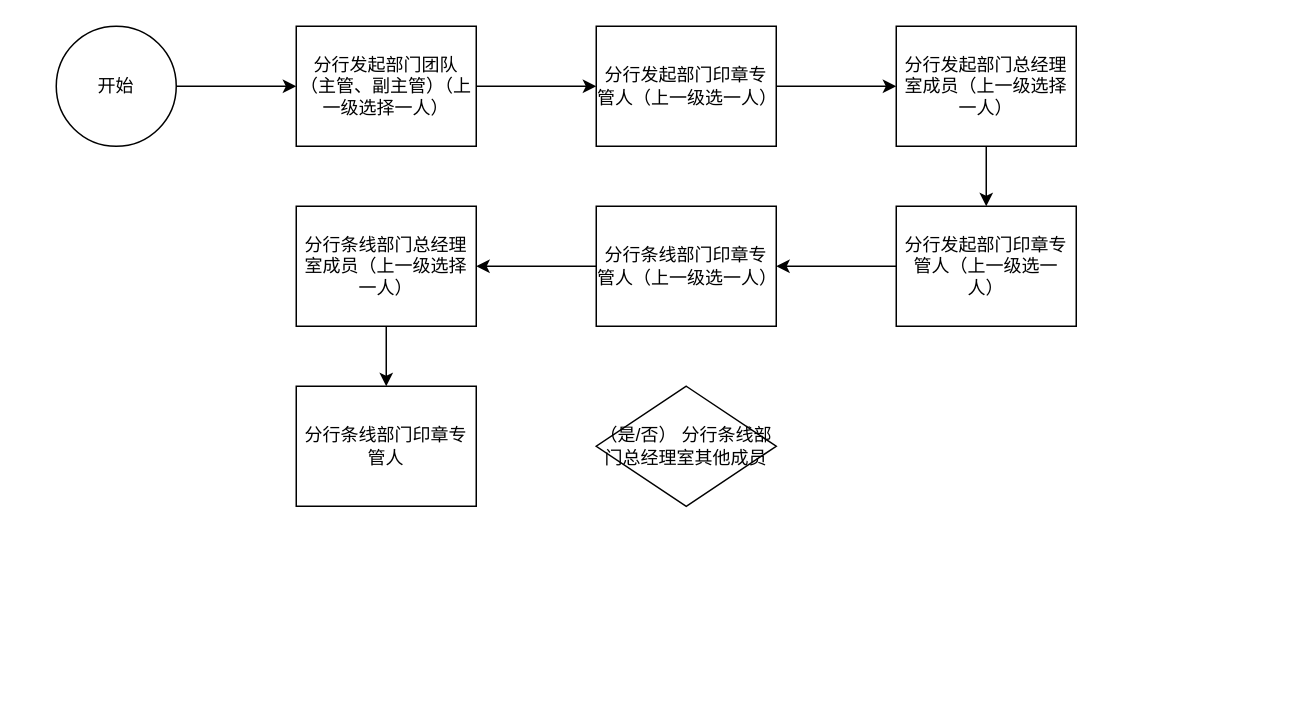
This is 团队发起(跨部门).drawio from ILdove/Hawk-Fast-Work, a draw.io file, before an edit. Source tidied: cells renumbered, new cells numbered last; positions are measured from the earlier drawing's top-left corner, leaving out a move shared by most shapes. Both pictures are drawn from the tidied source at 150%, with x=0, y=0 at pixel (56, 26).
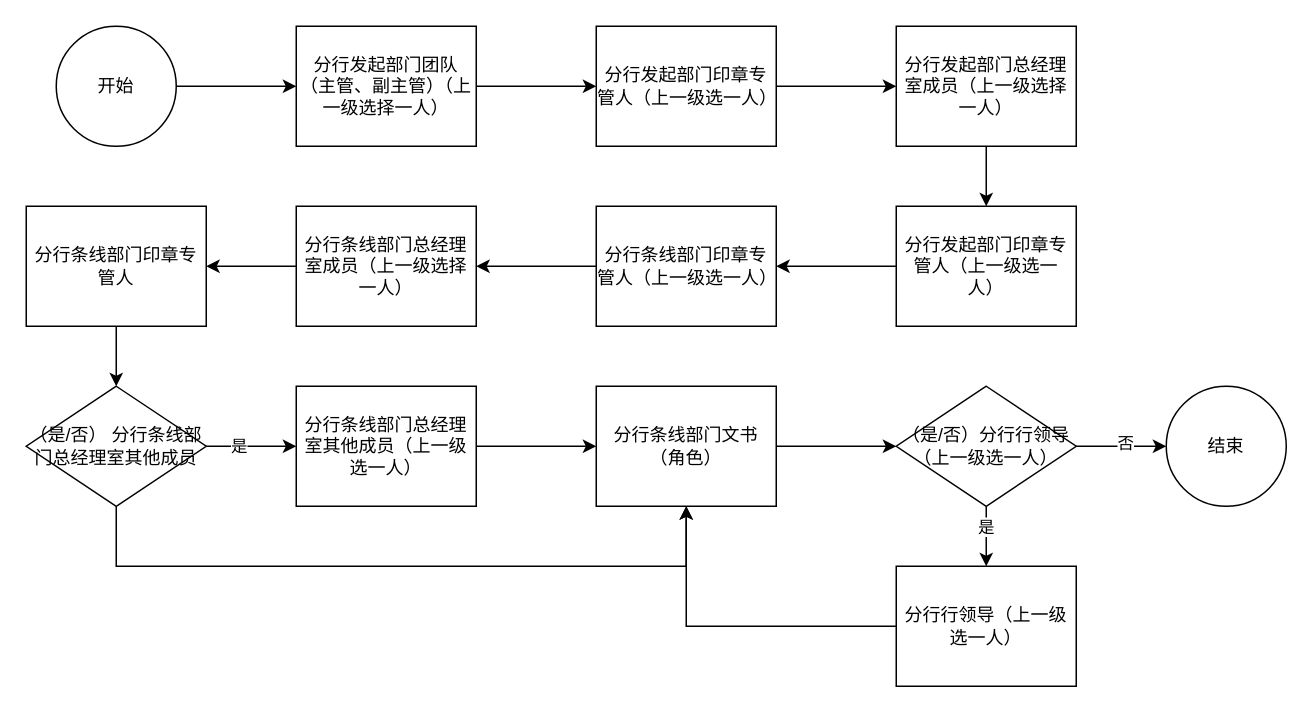
The same page after the edit.

Commit message (it also covers changes not shown here):
更新团队发起(跨部门).drawio

Unchanged cells that the change refers to:
```xml
<mxCell id="16" value="&lt;p class=&quot;MsoNormal&quot;&gt;&lt;font face=&quot;宋体&quot;&gt;分行条线部门总经理室成员（上一级选择一人）&lt;/font&gt;&lt;br&gt;&lt;/p&gt;" style="rounded=0;whiteSpace=wrap;html=1;" parent="1" vertex="1">
  <mxGeometry x="160" y="120" width="120" height="80" as="geometry" />
</mxCell>
```

The edit, as a diff of the source:
```diff
@@
+    <mxCell id="18" style="edgeStyle=orthogonalEdgeStyle;rounded=0;jettySize=auto;html=1;exitX=0.5;exitY=1;exitDx=0;exitDy=0;entryX=0.5;entryY=0;entryDx=0;entryDy=0;" parent="1" edge="1" source="12" target="17">
+      <mxGeometry relative="1" as="geometry" />
+    </mxCell>
-    <mxCell id="12" value="&lt;p class=&quot;MsoNormal&quot;&gt;分行条线部门印章专管人&lt;/p&gt;" style="rounded=0;whiteSpace=wrap;html=1;" parent="1" vertex="1">
-      <mxGeometry x="160" y="240" width="120" height="80" as="geometry" />
+    <mxCell id="12" value="&lt;p class=&quot;MsoNormal&quot;&gt;分行条线部门印章专管人&lt;/p&gt;" style="rounded=0;whiteSpace=wrap;html=1;strokeColor=default;" parent="1" vertex="1">
+      <mxGeometry x="-20" y="120" width="120" height="80" as="geometry" />
     </mxCell>
@@
-    <mxCell id="15" style="edgeStyle=orthogonalEdgeStyle;rounded=0;jettySize=auto;html=1;entryX=0.5;entryY=0;entryDx=0;entryDy=0;" parent="1" edge="1" source="16" target="12">
-      <mxGeometry relative="1" as="geometry" />
-    </mxCell>
+    <mxCell id="19" style="edgeStyle=orthogonalEdgeStyle;rounded=0;jettySize=auto;html=1;exitX=0;exitY=0.5;exitDx=0;exitDy=0;" parent="1" edge="1" source="16">
+      <mxGeometry relative="1" as="geometry">
+        <mxPoint x="100" y="160" as="targetPoint" />
+      </mxGeometry>
+    </mxCell>
@@
     <mxCell id="17" value="&lt;p class=&quot;MsoNormal&quot;&gt;&lt;font face=&quot;宋体&quot;&gt;（是&lt;/font&gt;&lt;font face=&quot;宋体&quot;&gt;/否） 分行条线部门总经理室其他成员&lt;/font&gt;&lt;/p&gt;" style="rhombus;whiteSpace=wrap;html=1;" parent="1" vertex="1">
-      <mxGeometry x="360" y="240" width="120" height="80" as="geometry" />
+      <mxGeometry x="-20" y="240" width="120" height="80" as="geometry" />
     </mxCell>
+    <mxCell id="20" style="edgeStyle=orthogonalEdgeStyle;rounded=0;jettySize=auto;html=1;entryX=0;entryY=0.5;entryDx=0;entryDy=0;" parent="1" edge="1" source="21" target="25">
+      <mxGeometry relative="1" as="geometry" />
+    </mxCell>
+    <mxCell id="21" value="&lt;p class=&quot;MsoNormal&quot;&gt;&lt;font face=&quot;宋体&quot;&gt;分行条线部门总经理室其他成员（上一级选一人）&lt;/font&gt;&lt;br&gt;&lt;/p&gt;" style="rounded=0;whiteSpace=wrap;html=1;" parent="1" vertex="1">
+      <mxGeometry x="160" y="240" width="120" height="80" as="geometry" />
+    </mxCell>
+    <mxCell id="22" style="endArrow=classic;html=1;rounded=0;exitX=1;exitY=0.5;exitDx=0;exitDy=0;entryX=0;entryY=0.5;entryDx=0;entryDy=0;" parent="1" edge="1" source="17" target="21">
+      <mxGeometry relative="1" as="geometry" />
+    </mxCell>
+    <mxCell id="23" value="是" style="edgeLabel;html=1;align=center;verticalAlign=middle;" parent="22" vertex="1">
+      <mxGeometry x="-0.3" y="1" relative="1" as="geometry" />
+    </mxCell>
+    <mxCell id="24" style="edgeStyle=orthogonalEdgeStyle;rounded=0;jettySize=auto;html=1;" parent="1" edge="1" source="25" target="30">
+      <mxGeometry relative="1" as="geometry" />
+    </mxCell>
+    <mxCell id="25" value="&lt;p class=&quot;MsoNormal&quot;&gt;分行条线部门文书（角色）&lt;/p&gt;" style="rounded=0;whiteSpace=wrap;html=1;" parent="1" vertex="1">
+      <mxGeometry x="360" y="240" width="120" height="80" as="geometry" />
+    </mxCell>
+    <mxCell id="26" style="edgeStyle=orthogonalEdgeStyle;rounded=0;jettySize=auto;html=1;entryX=0.5;entryY=0;entryDx=0;entryDy=0;" parent="1" edge="1" source="30" target="32">
+      <mxGeometry relative="1" as="geometry" />
+    </mxCell>
+    <mxCell id="27" value="是" style="edgeLabel;html=1;align=center;verticalAlign=middle;" parent="26" vertex="1">
+      <mxGeometry x="-0.35" y="-1" relative="1" as="geometry" />
+    </mxCell>
+    <mxCell id="28" style="edgeStyle=orthogonalEdgeStyle;rounded=0;jettySize=auto;html=1;entryX=0;entryY=0.5;entryDx=0;entryDy=0;" parent="1" edge="1" source="30" target="34">
+      <mxGeometry relative="1" as="geometry" />
+    </mxCell>
+    <mxCell id="29" value="否" style="edgeLabel;html=1;align=center;verticalAlign=middle;" parent="28" vertex="1">
+      <mxGeometry x="0.07" y="3" relative="1" as="geometry" />
+    </mxCell>
+    <mxCell id="30" value="&lt;p class=&quot;MsoNormal&quot;&gt;&lt;font face=&quot;宋体&quot;&gt;（是&lt;/font&gt;&lt;font face=&quot;宋体&quot;&gt;/否）分行行领导（上一级选一人）&lt;/font&gt;&lt;/p&gt;" style="rhombus;whiteSpace=wrap;html=1;" parent="1" vertex="1">
+      <mxGeometry x="560" y="240" width="120" height="80" as="geometry" />
+    </mxCell>
+    <mxCell id="31" style="edgeStyle=orthogonalEdgeStyle;rounded=0;jettySize=auto;html=1;" parent="1" edge="1" source="32" target="25">
+      <mxGeometry relative="1" as="geometry" />
+    </mxCell>
+    <mxCell id="32" value="&lt;p class=&quot;MsoNormal&quot;&gt;分行行领导（上一级选一人）&lt;/p&gt;" style="rounded=0;whiteSpace=wrap;html=1;" parent="1" vertex="1">
+      <mxGeometry x="560" y="360" width="120" height="80" as="geometry" />
+    </mxCell>
+    <mxCell id="33" style="endArrow=classic;html=1;rounded=0;exitX=0.5;exitY=1;exitDx=0;exitDy=0;entryX=0.5;entryY=1;entryDx=0;entryDy=0;" parent="1" edge="1" source="17" target="25">
+      <mxGeometry relative="1" as="geometry">
+        <Array as="points">
+          <mxPoint x="40" y="360" />
+          <mxPoint x="420" y="360" />
+        </Array>
+      </mxGeometry>
+    </mxCell>
+    <mxCell id="34" value="结束" style="ellipse;whiteSpace=wrap;html=1;" parent="1" vertex="1">
+      <mxGeometry x="740" y="240" width="80" height="80" as="geometry" />
+    </mxCell>
```
